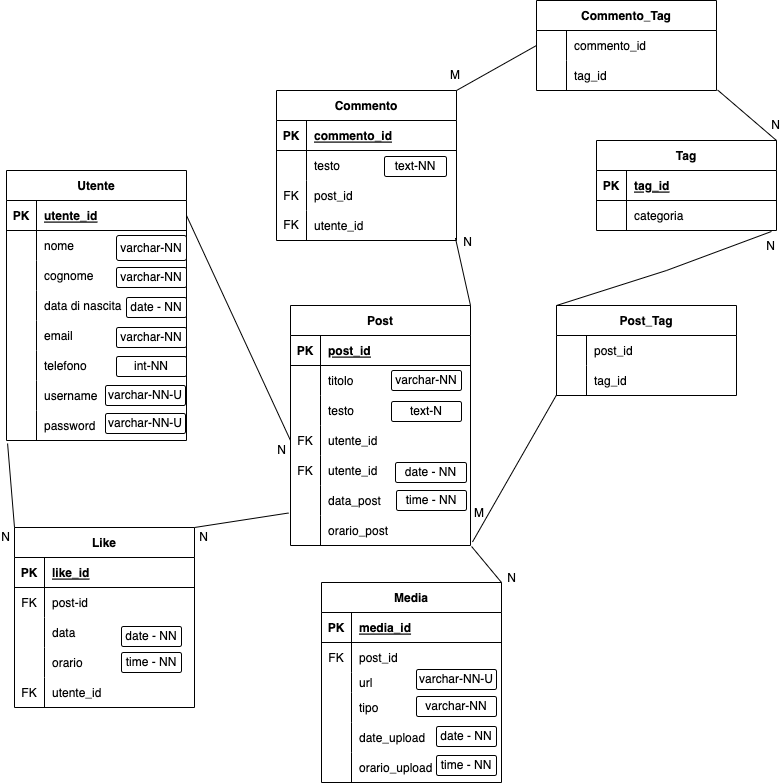
FrancescoDAmbrosio1/social-platform keeps this draw.io diagram as Milestone3.png. Above is the earlier version. Source tidied: cells renumbered, new cells last; positions are measured from the earlier drawing's top-left corner, leaving out a move shared by most shapes.
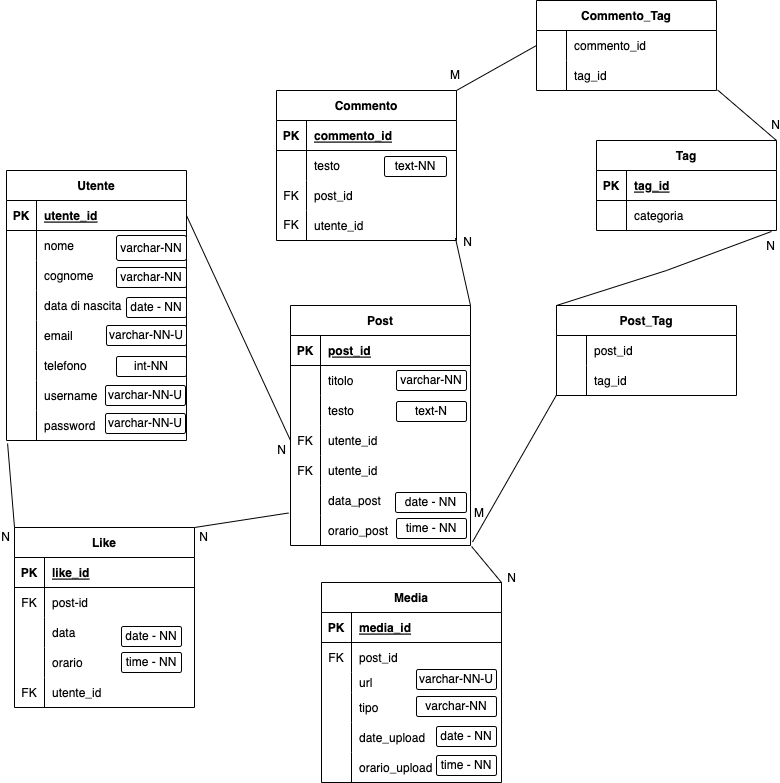
Above is the later version.

Diff of the diagram source:
```diff
@@ -403,9 +403,6 @@
     <mxCell id="130" value="date - NN" style="rounded=1;arcSize=10;whiteSpace=wrap;html=1;align=center;" parent="1" vertex="1">
       <mxGeometry x="120" y="297" width="60" height="20" as="geometry" />
     </mxCell>
-    <mxCell id="131" value="varchar-NN" style="rounded=1;arcSize=10;whiteSpace=wrap;html=1;align=center;" parent="1" vertex="1">
-      <mxGeometry x="110" y="327" width="70" height="20" as="geometry" />
-    </mxCell>
     <mxCell id="132" value="int-NN" style="rounded=1;arcSize=10;whiteSpace=wrap;html=1;align=center;" parent="1" vertex="1">
       <mxGeometry x="110" y="356" width="70" height="20" as="geometry" />
     </mxCell>
@@ -413,10 +410,10 @@
       <mxGeometry x="99" y="385" width="80" height="20" as="geometry" />
     </mxCell>
     <mxCell id="134" value="text-N" style="rounded=1;arcSize=10;whiteSpace=wrap;html=1;align=center;" parent="1" vertex="1">
-      <mxGeometry x="385" y="401" width="70" height="20" as="geometry" />
+      <mxGeometry x="390" y="401" width="70" height="20" as="geometry" />
     </mxCell>
     <mxCell id="135" value="varchar-NN" style="rounded=1;arcSize=10;whiteSpace=wrap;html=1;align=center;" parent="1" vertex="1">
-      <mxGeometry x="385" y="370" width="70" height="20" as="geometry" />
+      <mxGeometry x="390" y="370" width="70" height="20" as="geometry" />
     </mxCell>
     <mxCell id="136" value="varchar-NN-U" style="rounded=1;arcSize=10;whiteSpace=wrap;html=1;align=center;" parent="1" vertex="1">
       <mxGeometry x="410" y="669" width="80" height="20" as="geometry" />
@@ -434,10 +431,10 @@
       <mxGeometry x="115" y="652" width="60" height="20" as="geometry" />
     </mxCell>
     <mxCell id="141" value="date - NN" style="rounded=1;arcSize=10;whiteSpace=wrap;html=1;align=center;" parent="1" vertex="1">
-      <mxGeometry x="389" y="462" width="71" height="20" as="geometry" />
+      <mxGeometry x="389" y="492" width="71" height="20" as="geometry" />
     </mxCell>
     <mxCell id="142" value="time - NN" style="rounded=1;arcSize=10;whiteSpace=wrap;html=1;align=center;" parent="1" vertex="1">
-      <mxGeometry x="390" y="490" width="70" height="20" as="geometry" />
+      <mxGeometry x="390" y="518" width="70" height="20" as="geometry" />
     </mxCell>
     <mxCell id="143" value="FK" style="shape=partialRectangle;fillColor=none;top=0;left=0;bottom=0;right=0;fontStyle=0;overflow=hidden;" parent="1" vertex="1">
       <mxGeometry x="8" y="677" width="30" height="30" as="geometry" />
@@ -516,5 +513,8 @@
         <mxPoint x="4" y="23" as="offset" />
       </mxGeometry>
     </mxCell>
+    <mxCell id="164" value="varchar-NN-U" style="rounded=1;arcSize=10;whiteSpace=wrap;html=1;align=center;" parent="1" vertex="1">
+      <mxGeometry x="100" y="325" width="80" height="20" as="geometry" />
+    </mxCell>
   </root>
 </mxGraphModel>
```
